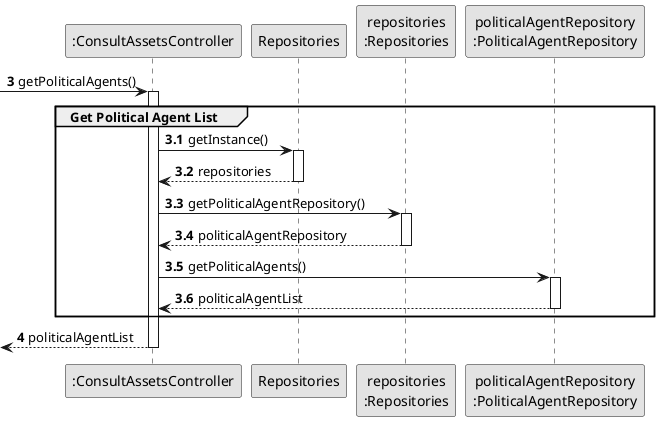
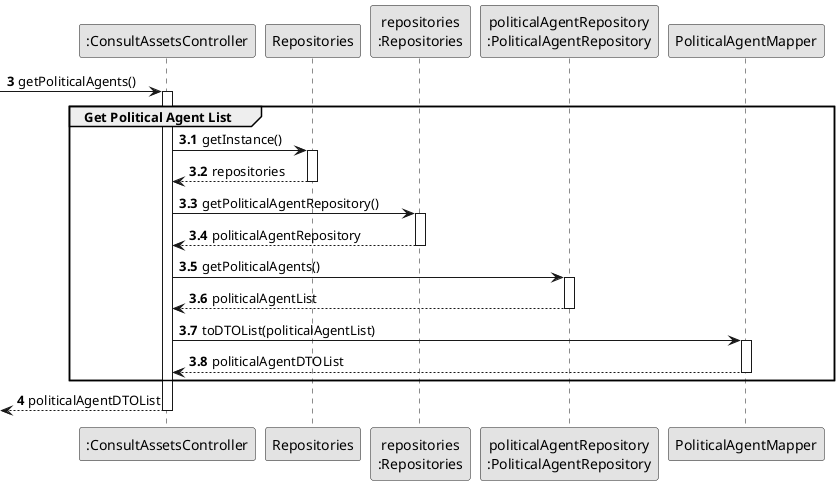
@startuml
skinparam monochrome true
skinparam packageStyle rectangle
skinparam shadowing false

autonumber

participant ":ConsultAssetsController" as CTRL
participant "Repositories" as REPOS
participant "repositories\n:Repositories" as REPOS_SINGLETON
participant "politicalAgentRepository\n:PoliticalAgentRepository" as AGENT_REPO
+ participant "PoliticalAgentMapper" as AGENT_MAPPER

autonumber 3
 -> CTRL : getPoliticalAgents()
autonumber 3.1
activate CTRL
    group Get Political Agent List

        CTRL -> REPOS : getInstance()
        activate REPOS
            REPOS --> CTRL : repositories
        deactivate REPOS

        CTRL -> REPOS_SINGLETON : getPoliticalAgentRepository()
        activate REPOS_SINGLETON
            REPOS_SINGLETON --> CTRL : politicalAgentRepository
        deactivate REPOS_SINGLETON

        CTRL -> AGENT_REPO : getPoliticalAgents()
        activate AGENT_REPO
            AGENT_REPO --> CTRL : politicalAgentList
        deactivate AGENT_REPO
+ 
+         CTRL -> AGENT_MAPPER : toDTOList(politicalAgentList)
+         activate AGENT_MAPPER
+             AGENT_MAPPER --> CTRL : politicalAgentDTOList
+         deactivate AGENT_MAPPER
+ 
    end

    autonumber 4
-     <-- CTRL : politicalAgentList
+     <-- CTRL : politicalAgentDTOList
deactivate CTRL

@enduml
